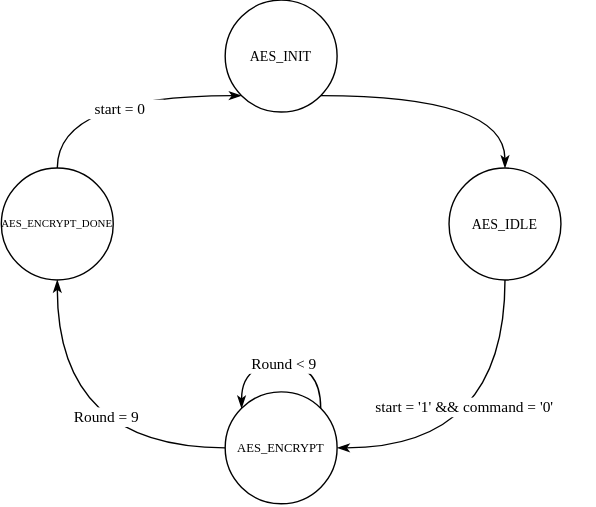
Before: Images/encryptionFSM.svg, a diagram exported from draw.io (danalexandru26/Dissertation). Source tidied: cells renumbered, new cells last; positions are measured from the earlier drawing's top-left corner, leaving out a move shared by most shapes.
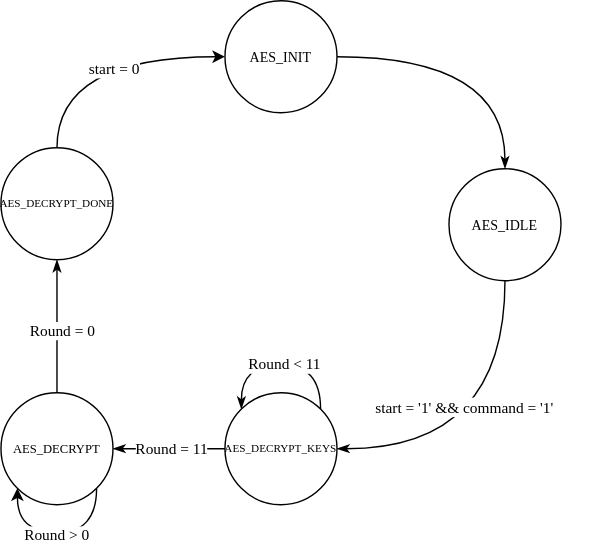
The same diagram one commit later.

Change to the diagram source:
```diff
@@ -2,15 +2,9 @@
   <root>
     <mxCell id="0" />
     <mxCell id="1" parent="0" />
-    <mxCell id="2" style="edgeStyle=orthogonalEdgeStyle;curved=1;rounded=0;jettySize=auto;exitX=1;exitY=1;exitDx=0;exitDy=0;entryX=0.5;entryY=0;entryDx=0;entryDy=0;endArrow=classicThin;endFill=1;convertToSvg=1;fontFamily=Lucida Console;" parent="1" edge="1" source="5" target="9">
+    <mxCell id="2" style="edgeStyle=orthogonalEdgeStyle;curved=1;rounded=0;jettySize=auto;exitX=1;exitY=0.5;exitDx=0;exitDy=0;entryX=0.5;entryY=0;entryDx=0;entryDy=0;endArrow=classicThin;endFill=1;convertToSvg=1;fontFamily=Lucida Console;" parent="1" edge="1" source="5" target="9">
       <mxGeometry relative="1" as="geometry" />
     </mxCell>
-    <mxCell id="3" style="edgeStyle=orthogonalEdgeStyle;curved=1;rounded=0;jettySize=auto;exitX=0;exitY=1;exitDx=0;exitDy=0;entryX=0.5;entryY=0;entryDx=0;entryDy=0;startArrow=classicThin;startFill=1;endArrow=none;endFill=0;convertToSvg=1;fontFamily=Lucida Console;" parent="1" edge="1" source="5" target="11">
-      <mxGeometry relative="1" as="geometry" />
-    </mxCell>
-    <mxCell id="4" value="start = 0" style="edgeLabel;align=center;verticalAlign=middle;convertToSvg=1;fontFamily=Lucida Console;" parent="3" vertex="1">
-      <mxGeometry x="-0.05" y="9" relative="1" as="geometry" />
-    </mxCell>
     <mxCell id="5" style="ellipse;whiteSpace=wrap;shapeInside=1;convertToSvg=1;autosizeText=1;fontFamily=Lucida Console;" parent="1" vertex="1">
       <mxGeometry x="160" width="80" height="80" as="geometry" />
     </mxCell>
@@ -20,7 +14,7 @@
     <mxCell id="7" style="edgeStyle=orthogonalEdgeStyle;curved=1;rounded=0;jettySize=auto;exitX=0.5;exitY=1;exitDx=0;exitDy=0;entryX=1;entryY=0.5;entryDx=0;entryDy=0;endArrow=classicThin;endFill=1;convertToSvg=1;fontFamily=Lucida Console;" parent="1" edge="1" source="9" target="13">
       <mxGeometry relative="1" as="geometry" />
     </mxCell>
-    <mxCell id="8" value="start = '1' &amp;&amp; command = '0'" style="edgeLabel;align=center;verticalAlign=middle;convertToSvg=1;fontFamily=Lucida Console;" parent="7" vertex="1">
+    <mxCell id="8" value="start = '1' &amp;&amp; command = '1'" style="edgeLabel;align=center;verticalAlign=middle;convertToSvg=1;fontFamily=Lucida Console;" parent="7" vertex="1">
       <mxGeometry x="-0.25" y="-29" relative="1" as="geometry" />
     </mxCell>
     <mxCell id="9" style="ellipse;whiteSpace=wrap;shapeInside=1;convertToSvg=1;autosizeText=1;fontFamily=Lucida Console;" parent="1" vertex="1">
@@ -29,22 +23,16 @@
     <mxCell id="10" value="AES_IDLE" style="text;whiteSpace=wrap;strokeColor=none;fillColor=none;align=center;verticalAlign=middle;rounded=0;convertToSvg=1;autosizeText=1;fontSize=10;fontFamily=Lucida Console;" parent="1" vertex="1">
       <mxGeometry x="330" y="145" width="60" height="30" as="geometry" />
     </mxCell>
-    <mxCell id="11" style="ellipse;whiteSpace=wrap;shapeInside=1;convertToSvg=1;autosizeText=1;fontFamily=Lucida Console;" parent="1" vertex="1">
-      <mxGeometry y="120" width="80" height="80" as="geometry" />
-    </mxCell>
-    <mxCell id="12" value="AES_ENCRYPT_DONE" style="text;whiteSpace=wrap;strokeColor=none;fillColor=none;align=center;verticalAlign=middle;rounded=0;convertToSvg=1;autosizeText=1;fontSize=7.8;fontFamily=Lucida Console;" parent="1" vertex="1">
-      <mxGeometry x="10" y="145" width="60" height="30" as="geometry" />
-    </mxCell>
     <mxCell id="13" style="ellipse;whiteSpace=wrap;shapeInside=1;convertToSvg=1;autosizeText=1;fontFamily=Lucida Console;" parent="1" vertex="1">
       <mxGeometry x="160" y="280" width="80" height="80" as="geometry" />
     </mxCell>
-    <mxCell id="14" style="edgeStyle=orthogonalEdgeStyle;curved=1;rounded=0;jettySize=auto;exitX=0;exitY=0.5;exitDx=0;exitDy=0;endArrow=classicThin;endFill=1;entryX=0.5;entryY=1;entryDx=0;entryDy=0;convertToSvg=1;fontFamily=Lucida Console;" parent="1" edge="1" source="13" target="11">
-      <mxGeometry relative="1" as="geometry" />
-    </mxCell>
-    <mxCell id="15" value="Round = 9" style="edgeLabel;align=center;verticalAlign=middle;convertToSvg=1;fontFamily=Lucida Console;" parent="14" vertex="1">
-      <mxGeometry x="-0.29" y="-23" relative="1" as="geometry" />
-    </mxCell>
+    <mxCell id="19" style="edgeStyle=orthogonalEdgeStyle;curved=1;rounded=0;jettySize=auto;html=1;entryX=1;entryY=0.5;entryDx=0;entryDy=0;endArrow=classicThin;endFill=1;exitX=0;exitY=0.5;exitDx=0;exitDy=0;fontFamily=Lucida Console;" parent="1" edge="1" source="13" target="23">
+      <mxGeometry relative="1" as="geometry" />
+    </mxCell>
+    <mxCell id="20" value="Round = 11" style="edgeLabel;html=1;align=center;verticalAlign=middle;fontFamily=Lucida Console;" parent="19" vertex="1">
+      <mxGeometry x="-0.03" relative="1" as="geometry" />
+    </mxCell>
-    <mxCell id="16" value="AES_ENCRYPT" style="text;whiteSpace=wrap;strokeColor=none;fillColor=none;align=center;verticalAlign=middle;rounded=0;convertToSvg=1;autosizeText=1;fontSize=9;fontFamily=Lucida Console;" parent="1" vertex="1">
+    <mxCell id="16" value="AES_DECRYPT_KEYS" style="text;whiteSpace=wrap;strokeColor=none;fillColor=none;align=center;verticalAlign=middle;rounded=0;convertToSvg=1;autosizeText=1;fontSize=8;fontFamily=Lucida Console;" parent="1" vertex="1">
       <mxGeometry x="170" y="305" width="60" height="30" as="geometry" />
     </mxCell>
     <mxCell id="17" style="edgeStyle=orthogonalEdgeStyle;curved=1;rounded=0;orthogonalLoop=1;jettySize=auto;innerLoopWaypoints=1;exitX=1;exitY=0;exitDx=0;exitDy=0;entryX=0;entryY=0;entryDx=0;entryDy=0;endArrow=classicThin;endFill=1;convertToSvg=1;fontFamily=Lucida Console;" parent="1" edge="1" source="13" target="13">
@@ -55,8 +43,43 @@
         </Array>
       </mxGeometry>
     </mxCell>
-    <mxCell id="18" value="Round &lt; 9" style="edgeLabel;align=center;verticalAlign=middle;convertToSvg=1;fontFamily=Lucida Console;" parent="17" vertex="1">
+    <mxCell id="18" value="Round &lt; 11" style="edgeLabel;align=center;verticalAlign=middle;convertToSvg=1;fontFamily=Lucida Console;" parent="17" vertex="1">
       <mxGeometry x="-0.04" y="-1" relative="1" as="geometry" />
     </mxCell>
+    <mxCell id="21" style="edgeStyle=orthogonalEdgeStyle;curved=1;rounded=0;orthogonalLoop=1;jettySize=auto;html=1;exitX=1;exitY=1;exitDx=0;exitDy=0;entryX=0;entryY=1;entryDx=0;entryDy=0;innerLoopWaypoints=1;fontFamily=Lucida Console;" parent="1" edge="1" source="23" target="23">
+      <mxGeometry relative="1" as="geometry">
+        <Array as="points">
+          <mxPoint x="68.3" y="380" />
+          <mxPoint x="11.7" y="380" />
+        </Array>
+      </mxGeometry>
+    </mxCell>
+    <mxCell id="22" value="Round &amp;gt; 0" style="edgeLabel;html=1;align=center;verticalAlign=middle;fontFamily=Lucida Console;" parent="21" vertex="1">
+      <mxGeometry x="0.01" y="2" relative="1" as="geometry" />
+    </mxCell>
+    <mxCell id="23" style="ellipse;whiteSpace=wrap;shapeInside=1;convertToSvg=1;autosizeText=1;fontFamily=Lucida Console;" parent="1" vertex="1">
+      <mxGeometry y="280" width="80" height="80" as="geometry" />
+    </mxCell>
+    <mxCell id="24" value="AES_DECRYPT" style="text;whiteSpace=wrap;strokeColor=none;fillColor=none;align=center;verticalAlign=middle;rounded=0;convertToSvg=1;autosizeText=1;fontSize=9;fontFamily=Lucida Console;" parent="1" vertex="1">
+      <mxGeometry x="10" y="305" width="60" height="30" as="geometry" />
+    </mxCell>
+    <mxCell id="25" style="edgeStyle=orthogonalEdgeStyle;curved=1;rounded=0;jettySize=auto;html=1;entryX=0;entryY=0.5;entryDx=0;entryDy=0;exitX=0.5;exitY=0;exitDx=0;exitDy=0;fontFamily=Lucida Console;" parent="1" edge="1" source="26" target="5">
+      <mxGeometry relative="1" as="geometry" />
+    </mxCell>
+    <mxCell id="4" value="start = 0" style="edgeLabel;html=1;align=center;verticalAlign=middle;fontFamily=Lucida Console;" parent="25" vertex="1">
+      <mxGeometry x="0.15" y="-9" relative="1" as="geometry" />
+    </mxCell>
+    <mxCell id="26" style="ellipse;whiteSpace=wrap;shapeInside=1;convertToSvg=1;autosizeText=1;fontFamily=Lucida Console;" parent="1" vertex="1">
+      <mxGeometry y="105" width="80" height="80" as="geometry" />
+    </mxCell>
+    <mxCell id="27" style="edgeStyle=orthogonalEdgeStyle;curved=1;rounded=0;jettySize=auto;html=1;entryX=0.5;entryY=0;entryDx=0;entryDy=0;exitX=0.5;exitY=1;exitDx=0;exitDy=0;endArrow=none;endFill=0;startArrow=classicThin;startFill=1;fontFamily=Lucida Console;" parent="1" edge="1" source="26" target="23">
+      <mxGeometry relative="1" as="geometry" />
+    </mxCell>
+    <mxCell id="28" value="Round = 0" style="edgeLabel;html=1;align=center;verticalAlign=middle;fontFamily=Lucida Console;" parent="27" vertex="1">
+      <mxGeometry x="0.08" y="3" relative="1" as="geometry" />
+    </mxCell>
+    <mxCell id="29" value="AES_DECRYPT_DONE" style="text;whiteSpace=wrap;strokeColor=none;fillColor=none;align=center;verticalAlign=middle;rounded=0;convertToSvg=1;autosizeText=1;fontSize=8;fontFamily=Lucida Console;" parent="1" vertex="1">
+      <mxGeometry x="10" y="130" width="60" height="30" as="geometry" />
+    </mxCell>
   </root>
 </mxGraphModel>
```
